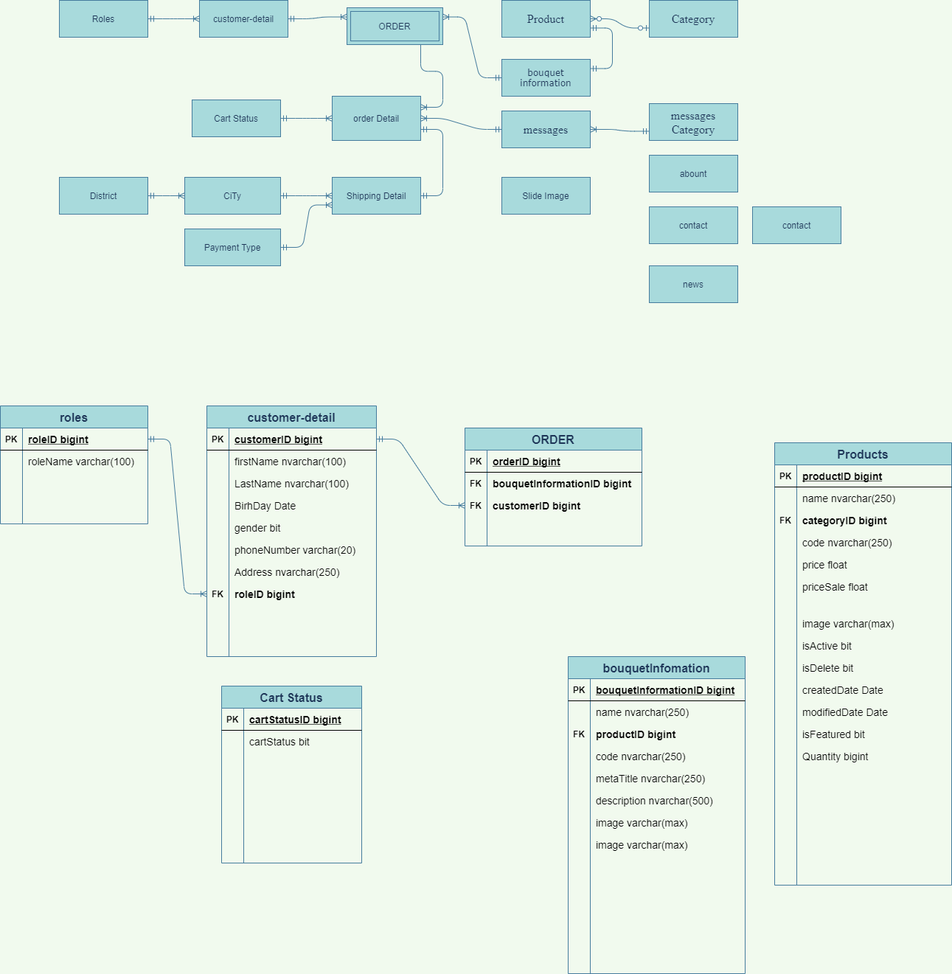
Above: Untitled Diagram.png in maialino123/Eproject-SEM3 (draw.io), before the change. Source tidied: cells renumbered, new cells last; positions are measured from the earlier drawing's top-left corner, leaving out a move shared by most shapes.
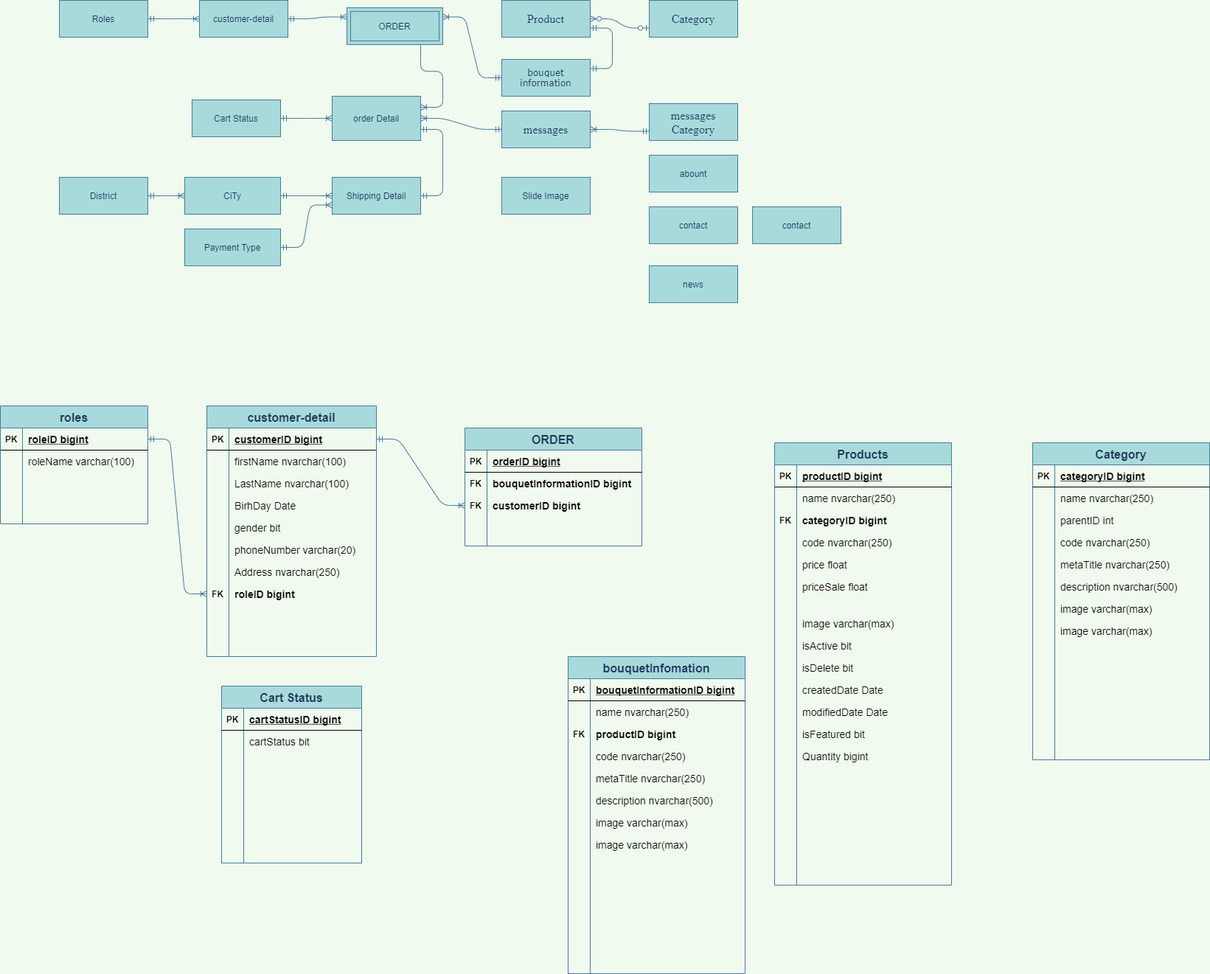
Later version of the same file.

What changed in the source:
```diff
@@ -527,5 +527,80 @@
     <mxCell id="176" value="image varchar(max)" style="shape=partialRectangle;fillColor=none;top=0;left=0;bottom=0;right=0;align=left;spacingLeft=6;overflow=hidden;fontSize=14;" parent="174" vertex="1">
       <mxGeometry x="30" width="210" height="30" as="geometry" />
     </mxCell>
+    <mxCell id="177" value="Category" style="shape=table;startSize=30;rowLines=0;fontStyle=1;align=center;rounded=0;sketch=0;fontSize=16;fontColor=#1D3557;strokeColor=#457B9D;fillColor=#A8DADC;" parent="1" vertex="1">
+      <mxGeometry x="1400" y="600" width="240" height="430" as="geometry" />
+    </mxCell>
+    <mxCell id="178" style="shape=partialRectangle;fillColor=none;top=0;left=0;bottom=1;right=0;" parent="177" vertex="1">
+      <mxGeometry y="30" width="240" height="30" as="geometry" />
+    </mxCell>
+    <mxCell id="179" value="PK" style="shape=partialRectangle;fillColor=none;top=0;left=0;bottom=0;right=0;fontStyle=1;overflow=hidden;" parent="178" vertex="1">
+      <mxGeometry width="30" height="30" as="geometry" />
+    </mxCell>
+    <mxCell id="180" value="categoryID bigint" style="shape=partialRectangle;fillColor=none;top=0;left=0;bottom=0;right=0;align=left;spacingLeft=6;fontStyle=5;overflow=hidden;fontSize=14;" parent="178" vertex="1">
+      <mxGeometry x="30" width="210" height="30" as="geometry" />
+    </mxCell>
+    <mxCell id="181" style="shape=partialRectangle;fillColor=none;top=0;left=0;bottom=0;right=0;" parent="177" vertex="1">
+      <mxGeometry y="60" width="240" height="30" as="geometry" />
+    </mxCell>
+    <mxCell id="182" style="shape=partialRectangle;fillColor=none;top=0;left=0;bottom=0;right=0;overflow=hidden;fontStyle=1;" parent="181" vertex="1">
+      <mxGeometry width="30" height="30" as="geometry" />
+    </mxCell>
+    <mxCell id="183" value="name nvarchar(250)" style="shape=partialRectangle;fillColor=none;top=0;left=0;bottom=0;right=0;align=left;spacingLeft=6;overflow=hidden;fontSize=14;fontStyle=0;" parent="181" vertex="1">
+      <mxGeometry x="30" width="210" height="30" as="geometry" />
+    </mxCell>
+    <mxCell id="184" style="shape=partialRectangle;fillColor=none;top=0;left=0;bottom=0;right=0;" parent="177" vertex="1">
+      <mxGeometry y="90" width="240" height="30" as="geometry" />
+    </mxCell>
+    <mxCell id="185" style="shape=partialRectangle;fillColor=none;top=0;left=0;bottom=0;right=0;overflow=hidden;fontStyle=1;" parent="184" vertex="1">
+      <mxGeometry width="30" height="30" as="geometry" />
+    </mxCell>
+    <mxCell id="186" value="parentID int" style="shape=partialRectangle;fillColor=none;top=0;left=0;bottom=0;right=0;align=left;spacingLeft=6;overflow=hidden;fontSize=14;fontStyle=0;" parent="184" vertex="1">
+      <mxGeometry x="30" width="210" height="30" as="geometry" />
+    </mxCell>
+    <mxCell id="187" style="shape=partialRectangle;fillColor=none;top=0;left=0;bottom=0;right=0;" parent="177" vertex="1">
+      <mxGeometry y="120" width="240" height="30" as="geometry" />
+    </mxCell>
+    <mxCell id="188" style="shape=partialRectangle;fillColor=none;top=0;left=0;bottom=0;right=0;overflow=hidden;" parent="187" vertex="1">
+      <mxGeometry width="30" height="30" as="geometry" />
+    </mxCell>
+    <mxCell id="189" value="code nvarchar(250)" style="shape=partialRectangle;fillColor=none;top=0;left=0;bottom=0;right=0;align=left;spacingLeft=6;overflow=hidden;fontSize=14;" parent="187" vertex="1">
+      <mxGeometry x="30" width="210" height="30" as="geometry" />
+    </mxCell>
+    <mxCell id="190" style="shape=partialRectangle;fillColor=none;top=0;left=0;bottom=0;right=0;" parent="177" vertex="1">
+      <mxGeometry y="150" width="240" height="30" as="geometry" />
+    </mxCell>
+    <mxCell id="191" style="shape=partialRectangle;fillColor=none;top=0;left=0;bottom=0;right=0;overflow=hidden;" parent="190" vertex="1">
+      <mxGeometry width="30" height="30" as="geometry" />
+    </mxCell>
+    <mxCell id="192" value="metaTitle nvarchar(250)" style="shape=partialRectangle;fillColor=none;top=0;left=0;bottom=0;right=0;align=left;spacingLeft=6;overflow=hidden;fontSize=14;" parent="190" vertex="1">
+      <mxGeometry x="30" width="210" height="30" as="geometry" />
+    </mxCell>
+    <mxCell id="193" style="shape=partialRectangle;fillColor=none;top=0;left=0;bottom=0;right=0;" parent="177" vertex="1">
+      <mxGeometry y="180" width="240" height="30" as="geometry" />
+    </mxCell>
+    <mxCell id="194" style="shape=partialRectangle;fillColor=none;top=0;left=0;bottom=0;right=0;overflow=hidden;" parent="193" vertex="1">
+      <mxGeometry width="30" height="30" as="geometry" />
+    </mxCell>
+    <mxCell id="195" value="description nvarchar(500)" style="shape=partialRectangle;fillColor=none;top=0;left=0;bottom=0;right=0;align=left;spacingLeft=6;overflow=hidden;fontSize=14;" parent="193" vertex="1">
+      <mxGeometry x="30" width="210" height="30" as="geometry" />
+    </mxCell>
+    <mxCell id="196" style="shape=partialRectangle;fillColor=none;top=0;left=0;bottom=0;right=0;" parent="177" vertex="1">
+      <mxGeometry y="210" width="240" height="30" as="geometry" />
+    </mxCell>
+    <mxCell id="197" style="shape=partialRectangle;fillColor=none;top=0;left=0;bottom=0;right=0;overflow=hidden;" parent="196" vertex="1">
+      <mxGeometry width="30" height="30" as="geometry" />
+    </mxCell>
+    <mxCell id="198" value="image varchar(max)" style="shape=partialRectangle;fillColor=none;top=0;left=0;bottom=0;right=0;align=left;spacingLeft=6;overflow=hidden;fontSize=14;" parent="196" vertex="1">
+      <mxGeometry x="30" width="210" height="30" as="geometry" />
+    </mxCell>
+    <mxCell id="199" style="shape=partialRectangle;fillColor=none;top=0;left=0;bottom=0;right=0;" parent="177" vertex="1">
+      <mxGeometry y="240" width="240" height="30" as="geometry" />
+    </mxCell>
+    <mxCell id="200" style="shape=partialRectangle;fillColor=none;top=0;left=0;bottom=0;right=0;overflow=hidden;" parent="199" vertex="1">
+      <mxGeometry width="30" height="30" as="geometry" />
+    </mxCell>
+    <mxCell id="201" value="image varchar(max)" style="shape=partialRectangle;fillColor=none;top=0;left=0;bottom=0;right=0;align=left;spacingLeft=6;overflow=hidden;fontSize=14;" parent="199" vertex="1">
+      <mxGeometry x="30" width="210" height="30" as="geometry" />
+    </mxCell>
   </root>
 </mxGraphModel>
```
